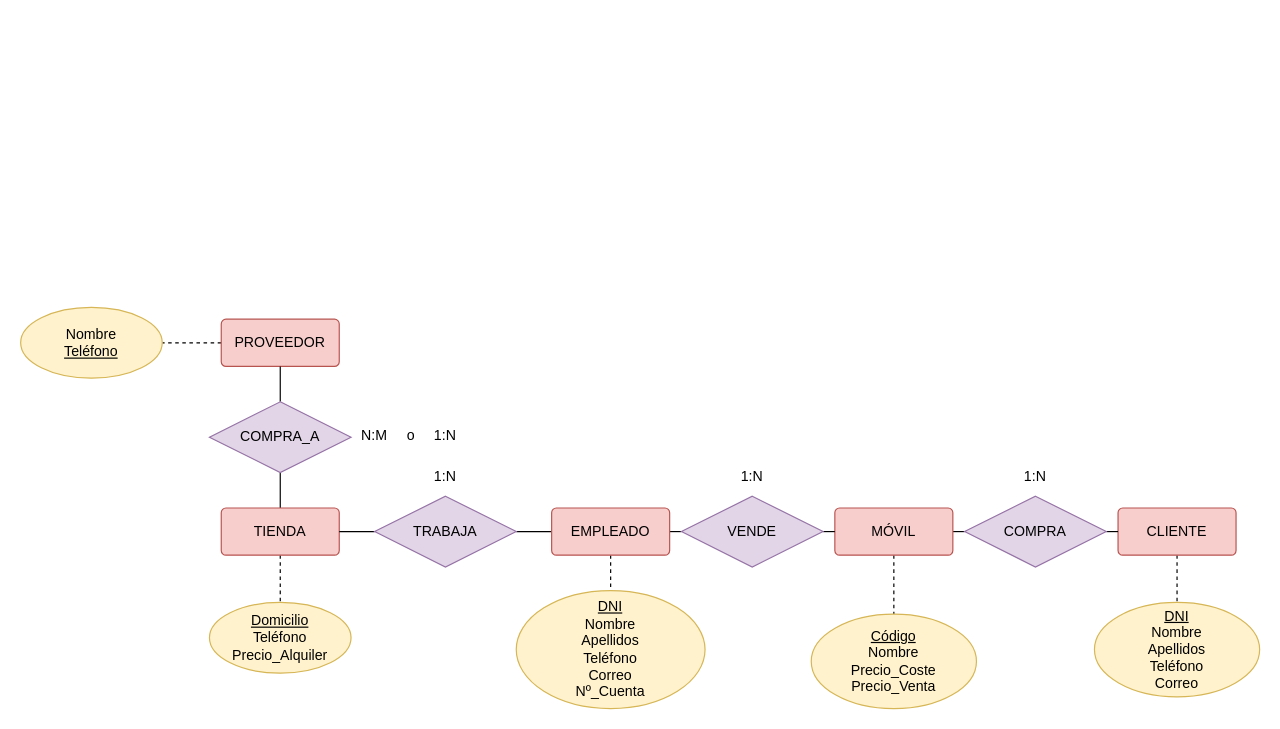
Above: Ejercicio4_Tema1.drawio in antonionavarro04/diagramas (draw.io), before the change. Source tidied: cells renumbered, new cells numbered last; positions are measured from the earlier drawing's top-left corner, leaving out a move shared by most shapes. Both pictures are drawn from the tidied source at 118%, with x=0, y=0 at pixel (20, 307).
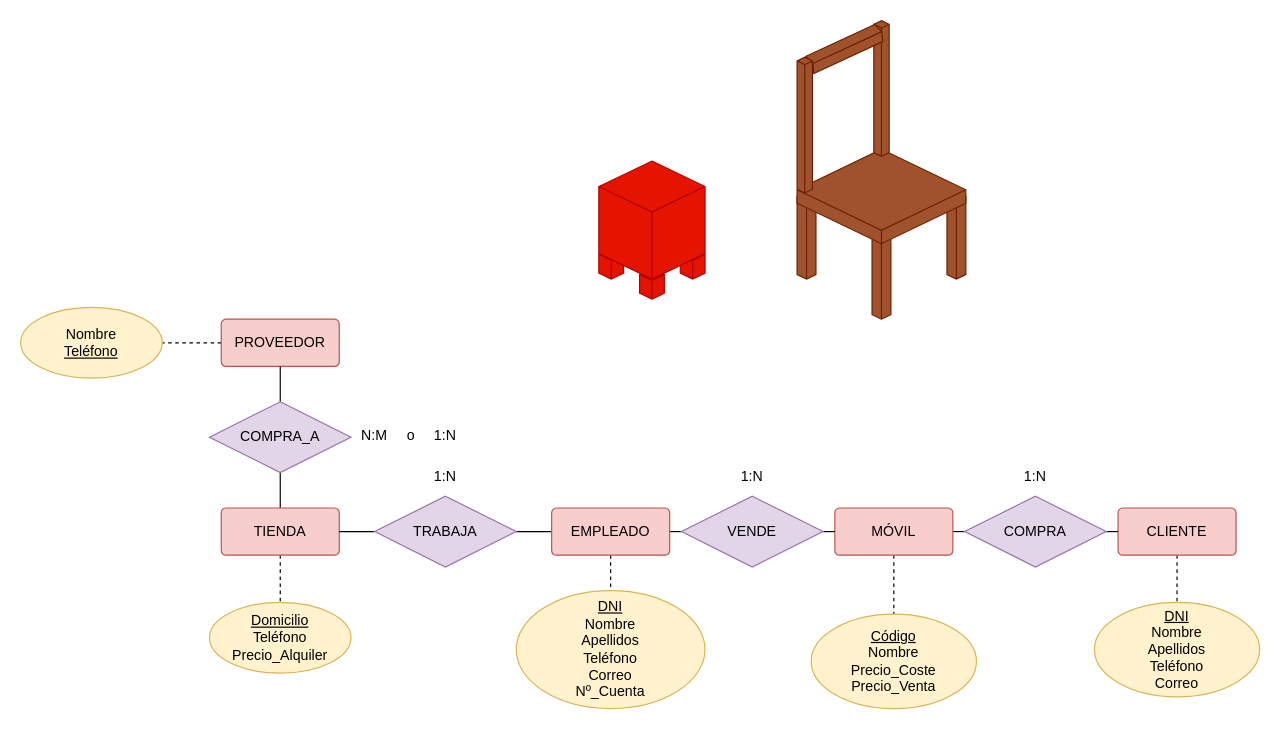
The same diagram, later.

Diff of the diagram source:
```diff
@@
+    <mxCell id="35" style="html=1;whiteSpace=wrap;shape=isoCube2;backgroundOutline=1;isoAngle=15;rounded=0;fillColor=#a0522d;fontColor=#ffffff;strokeColor=#6D1F00;" parent="1" vertex="1">
+      <mxGeometry x="658" y="-98" width="16" height="74" as="geometry" />
+    </mxCell>
+    <mxCell id="36" style="html=1;whiteSpace=wrap;shape=isoCube2;backgroundOutline=1;isoAngle=15;rounded=0;fillColor=#a0522d;fontColor=#ffffff;strokeColor=#6D1F00;" parent="1" vertex="1">
+      <mxGeometry x="785" y="-98" width="16" height="74" as="geometry" />
+    </mxCell>
@@
+    <mxCell id="37" style="html=1;whiteSpace=wrap;shape=isoCube2;backgroundOutline=1;isoAngle=15;rounded=0;fillColor=#e51400;fontColor=#ffffff;strokeColor=#B20000;" parent="1" vertex="1">
+      <mxGeometry x="490" y="-50" width="21" height="26" as="geometry" />
+    </mxCell>
+    <mxCell id="38" style="html=1;whiteSpace=wrap;shape=isoCube2;backgroundOutline=1;isoAngle=15;rounded=0;" parent="1" vertex="1">
+      <mxGeometry x="524.5" y="-66" width="21" height="26" as="geometry" />
+    </mxCell>
+    <mxCell id="39" style="html=1;whiteSpace=wrap;shape=isoCube2;backgroundOutline=1;isoAngle=15;rounded=0;fillColor=#e51400;fontColor=#ffffff;strokeColor=#B20000;" parent="1" vertex="1">
+      <mxGeometry x="559" y="-50" width="21" height="26" as="geometry" />
+    </mxCell>
+    <mxCell id="40" style="html=1;whiteSpace=wrap;shape=isoCube2;backgroundOutline=1;isoAngle=15;rounded=0;fillColor=#e51400;fontColor=#ffffff;strokeColor=#B20000;" parent="1" vertex="1">
+      <mxGeometry x="524.5" y="-33" width="21" height="26" as="geometry" />
+    </mxCell>
+    <mxCell id="41" style="html=1;whiteSpace=wrap;shape=isoCube2;backgroundOutline=1;isoAngle=15;rounded=0;fillColor=#a0522d;fontColor=#ffffff;strokeColor=#6D1F00;" parent="1" vertex="1">
+      <mxGeometry x="721.5" y="-64" width="16" height="74" as="geometry" />
+    </mxCell>
+    <mxCell id="42" style="html=1;whiteSpace=wrap;shape=isoCube2;backgroundOutline=1;isoAngle=15;rounded=0;fillColor=#a0522d;fontColor=#ffffff;strokeColor=#6D1F00;" parent="1" vertex="1">
+      <mxGeometry x="658" y="-134" width="143" height="80" as="geometry" />
+    </mxCell>
+    <mxCell id="43" style="html=1;whiteSpace=wrap;shape=isoCube2;backgroundOutline=1;isoAngle=15;rounded=0;fillColor=#a0522d;fontColor=#ffffff;strokeColor=#6D1F00;" parent="1" vertex="1">
+      <mxGeometry x="723" y="-243" width="13" height="115" as="geometry" />
+    </mxCell>
+    <mxCell id="44" style="html=1;whiteSpace=wrap;shape=isoCube2;backgroundOutline=1;isoAngle=11.256652023479875;rounded=0;rotation=-114.8;fillColor=#a0522d;fontColor=#ffffff;strokeColor=#6D1F00;" parent="1" vertex="1">
+      <mxGeometry x="690" y="-254" width="16" height="70" as="geometry" />
+    </mxCell>
+    <mxCell id="45" style="html=1;whiteSpace=wrap;shape=isoCube2;backgroundOutline=1;isoAngle=15;rounded=0;fillColor=#a0522d;fontColor=#ffffff;strokeColor=#6D1F00;" parent="1" vertex="1">
+      <mxGeometry x="658" y="-212" width="13" height="115" as="geometry" />
+    </mxCell>
+    <mxCell id="46" style="html=1;whiteSpace=wrap;shape=isoCube2;backgroundOutline=1;isoAngle=15;rounded=0;fillColor=#e51400;fontColor=#ffffff;strokeColor=#B20000;" parent="1" vertex="1">
+      <mxGeometry x="490" y="-124" width="90" height="100" as="geometry" />
+    </mxCell>
```
